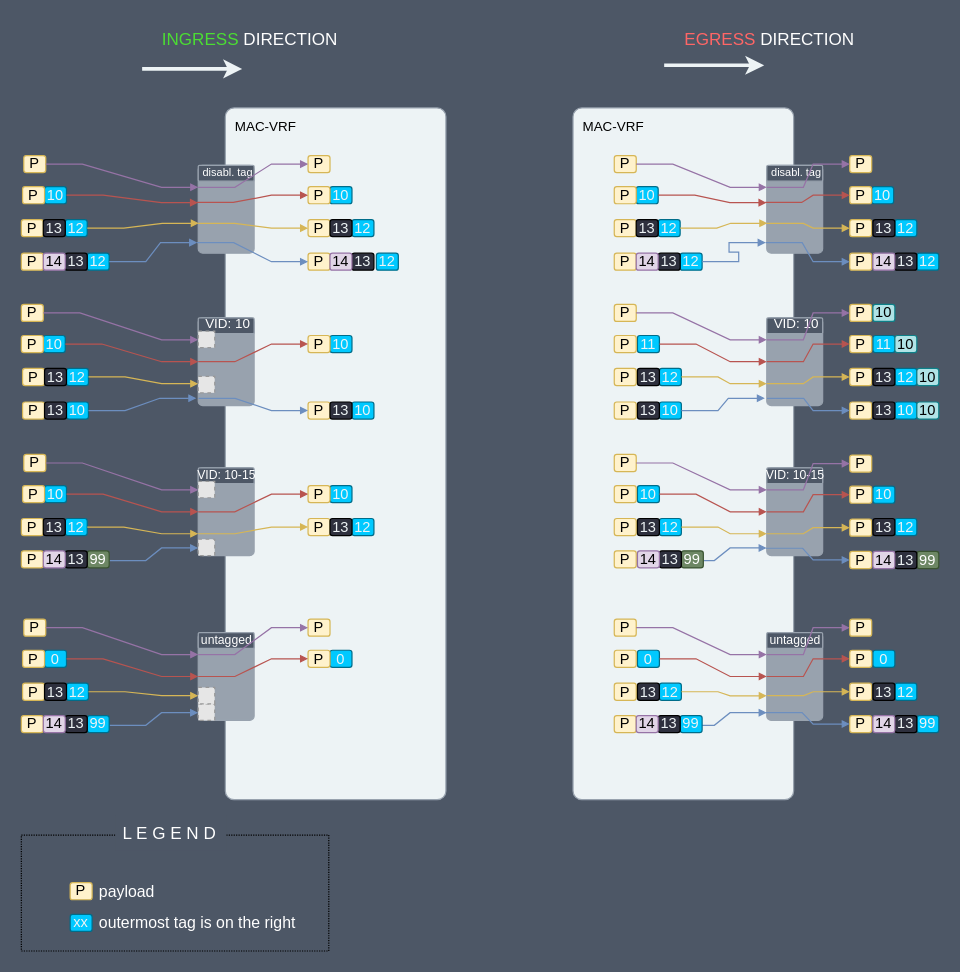
Before: page "[1] ingress" (2 of 5) of vlan.drawio in srl-labs/srlinux-vlan-handling-lab, a draw.io diagram. Source tidied: cells renumbered, new cells numbered last; positions are measured from the earlier drawing's top-left corner, leaving out a move shared by most shapes. Both pictures are drawn from the tidied source at 122%, with x=0, y=0 at pixel (21, 21). Pictures stored in the file or linked from it are replaced by grey dashed boxes.
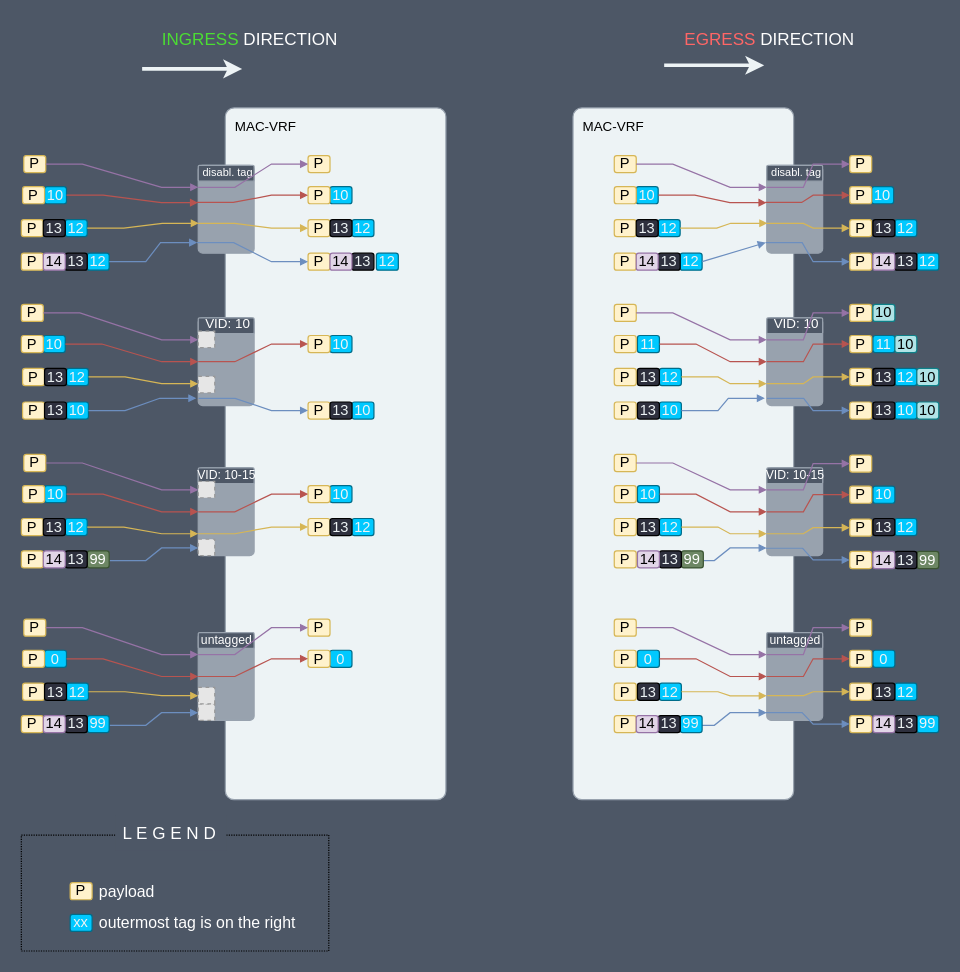
After the change.

The change refers to these unchanged cells:
```xml
<mxCell id="112" value="12" style="rounded=1;whiteSpace=wrap;html=1;fontFamily=Fira Code;strokeColor=#006D8A;fillColor=#00C9FF;fontColor=#EDF3F5;" parent="1" vertex="1">
  <mxGeometry x="540" y="190" width="18" height="14" as="geometry" />
</mxCell>
<mxCell id="119" style="rounded=1;whiteSpace=wrap;html=1;strokeColor=#98A2AE;fillColor=#98A2AE;arcSize=8;" parent="1" vertex="1">
  <mxGeometry x="611" y="118" width="45.8" height="72" as="geometry" />
</mxCell>
```

What changed in the source:
```diff
@@
-    <mxCell id="129" style="edgeStyle=entityRelationEdgeStyle;rounded=0;jettySize=auto;html=1;exitX=1;exitY=0.5;exitDx=0;exitDy=0;endArrow=block;endFill=1;startSize=5;endSize=4;fillColor=#dae8fc;strokeColor=#6c8ebf;entryX=-0.02;entryY=0.88;entryDx=0;entryDy=0;elbow=vertical;entryPerimeter=0;" parent="1" edge="1" source="112" target="119">
-      <mxGeometry relative="1" as="geometry">
-        <Array as="points">
-          <mxPoint x="582" y="112" />
-          <mxPoint x="569" y="137" />
-          <mxPoint x="577" y="140" />
-          <mxPoint x="577" y="144" />
-        </Array>
-      </mxGeometry>
+    <mxCell id="129" style="rounded=0;jettySize=auto;html=1;exitX=1;exitY=0.5;exitDx=0;exitDy=0;endArrow=block;endFill=1;startSize=5;endSize=4;fillColor=#dae8fc;strokeColor=#6c8ebf;entryX=-0.02;entryY=0.88;entryDx=0;entryDy=0;elbow=vertical;entryPerimeter=0;" parent="1" edge="1" source="112" target="119">
+      <mxGeometry relative="1" as="geometry" />
     </mxCell>
```
